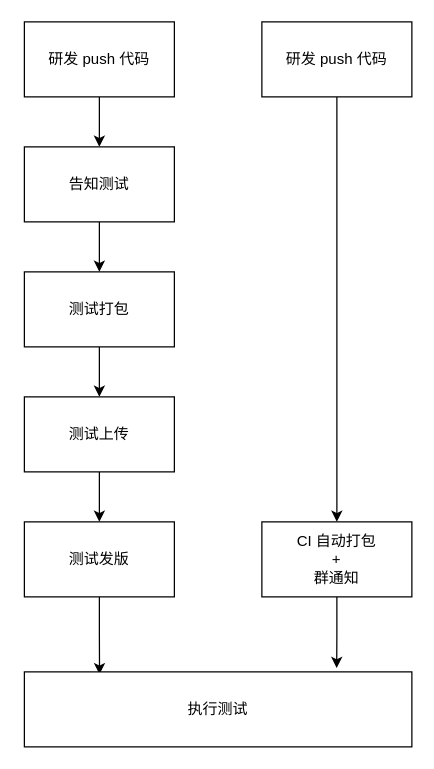
Above: 小程序发版流程-old.drawio in likaistevens/diagrams (draw.io), before the change. Source tidied: cells renumbered, new cells numbered last; positions are measured from the earlier drawing's top-left corner, leaving out a move shared by most shapes. Both pictures are drawn from the tidied source at 125%, with x=0, y=0 at pixel (24, 21).
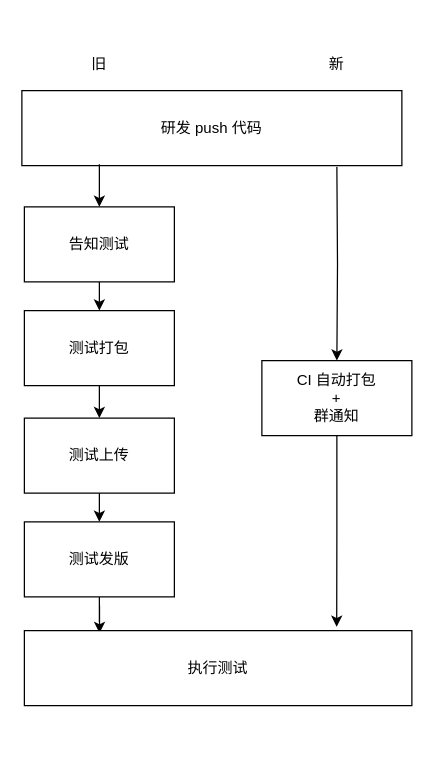
The same diagram, later.

Commit message (it also covers changes not shown here):
更新小程序发版流程-old.drawio

What changed in the source:
```diff
@@
 <mxGraphModel>
   <root>
     <mxCell id="0" />
     <mxCell id="1" parent="0" />
-    <mxCell id="2" style="edgeStyle=orthogonalEdgeStyle;rounded=0;jettySize=auto;html=1;" parent="1" edge="1" source="3" target="5">
-      <mxGeometry relative="1" as="geometry" />
-    </mxCell>
     <mxCell id="3" value="研发 push 代码" style="rounded=0;whiteSpace=wrap;html=1;" parent="1" vertex="1">
-      <mxGeometry width="120" height="60" as="geometry" />
+      <mxGeometry x="-2" y="55" width="304" height="60" as="geometry" />
     </mxCell>
     <mxCell id="4" style="edgeStyle=orthogonalEdgeStyle;rounded=0;jettySize=auto;html=1;" parent="1" edge="1" source="5" target="7">
       <mxGeometry relative="1" as="geometry" />
     </mxCell>
     <mxCell id="5" value="告知测试" style="rounded=0;whiteSpace=wrap;html=1;" parent="1" vertex="1">
-      <mxGeometry y="100" width="120" height="60" as="geometry" />
+      <mxGeometry y="148" width="120" height="60" as="geometry" />
     </mxCell>
     <mxCell id="6" style="edgeStyle=orthogonalEdgeStyle;rounded=0;jettySize=auto;html=1;" parent="1" edge="1" source="7" target="9">
       <mxGeometry relative="1" as="geometry" />
     </mxCell>
     <mxCell id="7" value="测试打包" style="rounded=0;whiteSpace=wrap;html=1;" parent="1" vertex="1">
-      <mxGeometry y="200" width="120" height="60" as="geometry" />
+      <mxGeometry y="231" width="120" height="60" as="geometry" />
     </mxCell>
     <mxCell id="8" style="edgeStyle=orthogonalEdgeStyle;rounded=0;jettySize=auto;html=1;" parent="1" edge="1" source="9" target="11">
       <mxGeometry relative="1" as="geometry" />
     </mxCell>
     <mxCell id="9" value="测试上传" style="rounded=0;whiteSpace=wrap;html=1;" parent="1" vertex="1">
-      <mxGeometry y="300" width="120" height="60" as="geometry" />
+      <mxGeometry y="317" width="120" height="60" as="geometry" />
     </mxCell>
     <mxCell id="10" style="edgeStyle=orthogonalEdgeStyle;rounded=0;jettySize=auto;html=1;entryX=0.194;entryY=0.033;entryDx=0;entryDy=0;entryPerimeter=0;" parent="1" edge="1" source="11" target="16">
       <mxGeometry relative="1" as="geometry" />
     </mxCell>
     <mxCell id="11" value="测试发版" style="rounded=0;whiteSpace=wrap;html=1;" parent="1" vertex="1">
       <mxGeometry y="400" width="120" height="60" as="geometry" />
     </mxCell>
-    <mxCell id="12" value="研发 push 代码" style="rounded=0;whiteSpace=wrap;html=1;" parent="1" vertex="1">
-      <mxGeometry x="190" width="120" height="60" as="geometry" />
-    </mxCell>
     <mxCell id="13" style="edgeStyle=orthogonalEdgeStyle;rounded=0;jettySize=auto;html=1;entryX=0.806;entryY=-0.05;entryDx=0;entryDy=0;entryPerimeter=0;" parent="1" edge="1" source="14" target="16">
       <mxGeometry relative="1" as="geometry" />
     </mxCell>
     <mxCell id="14" value="CI 自动打包&lt;br&gt;+&lt;br&gt;群通知" style="rounded=0;whiteSpace=wrap;html=1;" parent="1" vertex="1">
-      <mxGeometry x="190" y="400" width="120" height="60" as="geometry" />
+      <mxGeometry x="190" y="271" width="120" height="60" as="geometry" />
     </mxCell>
-    <mxCell id="15" style="edgeStyle=orthogonalEdgeStyle;rounded=0;jettySize=auto;html=1;exitX=0.5;exitY=1;exitDx=0;exitDy=0;entryX=0.5;entryY=0;entryDx=0;entryDy=0;" parent="1" edge="1" source="12" target="14">
-      <mxGeometry relative="1" as="geometry" />
+    <mxCell id="15" style="edgeStyle=orthogonalEdgeStyle;rounded=0;jettySize=auto;html=1;exitX=0.5;exitY=1;exitDx=0;exitDy=0;entryX=0.5;entryY=0;entryDx=0;entryDy=0;" parent="1" edge="1" target="14">
+      <mxGeometry relative="1" as="geometry">
+        <mxPoint x="250" y="116" as="sourcePoint" />
+      </mxGeometry>
     </mxCell>
     <mxCell id="16" value="执行测试" style="rounded=0;whiteSpace=wrap;html=1;" parent="1" vertex="1">
-      <mxGeometry y="520" width="310" height="60" as="geometry" />
+      <mxGeometry y="487" width="310" height="60" as="geometry" />
     </mxCell>
+    <mxCell id="17" value="旧" style="text;html=1;strokeColor=none;fillColor=none;align=center;verticalAlign=middle;whiteSpace=wrap;rounded=0;" parent="1" vertex="1">
+      <mxGeometry x="30" y="19" width="60" height="30" as="geometry" />
+    </mxCell>
+    <mxCell id="18" value="新" style="text;html=1;strokeColor=none;fillColor=none;align=center;verticalAlign=middle;whiteSpace=wrap;rounded=0;" parent="1" vertex="1">
+      <mxGeometry x="220" y="19" width="60" height="30" as="geometry" />
+    </mxCell>
+    <mxCell id="2" style="endArrow=classic;html=1;rounded=0;entryX=0.5;entryY=0;entryDx=0;entryDy=0;exitX=0.204;exitY=0.983;exitDx=0;exitDy=0;exitPerimeter=0;" parent="1" edge="1" source="3" target="5">
+      <mxGeometry relative="1" as="geometry" />
+    </mxCell>
   </root>
 </mxGraphModel>
```
